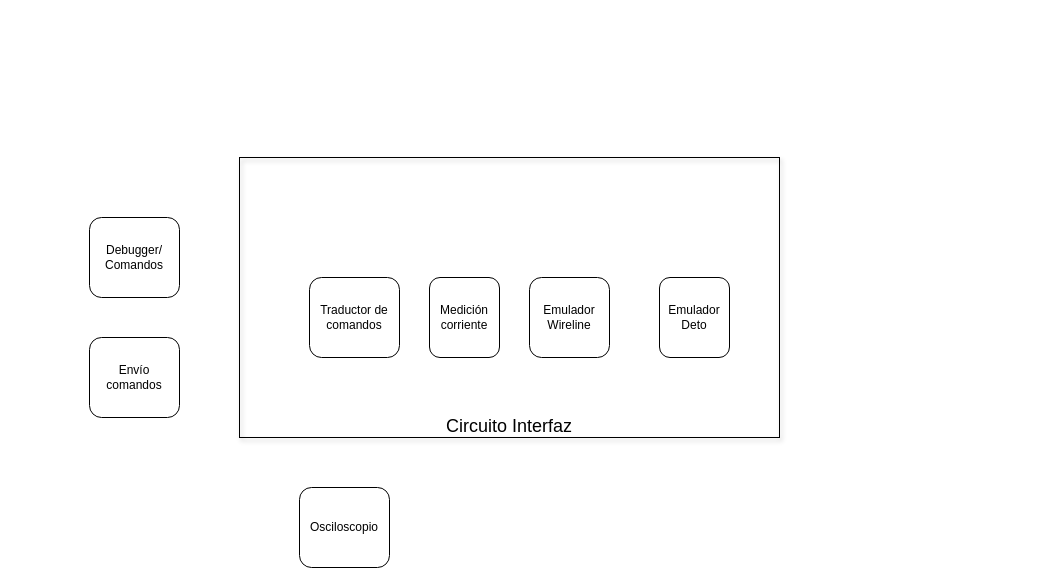
Above: page "Page-2" (2 of 2) of Drawio/Ensayo_5.drawio in gvdiaz/Diagramas_simil_Visio (draw.io), before the change. Source tidied: cells renumbered, new cells numbered last; positions are measured from the earlier drawing's top-left corner, leaving out a move shared by most shapes. Both pictures are drawn from the tidied source at 100%, with x=0, y=0 at pixel (89, 157).
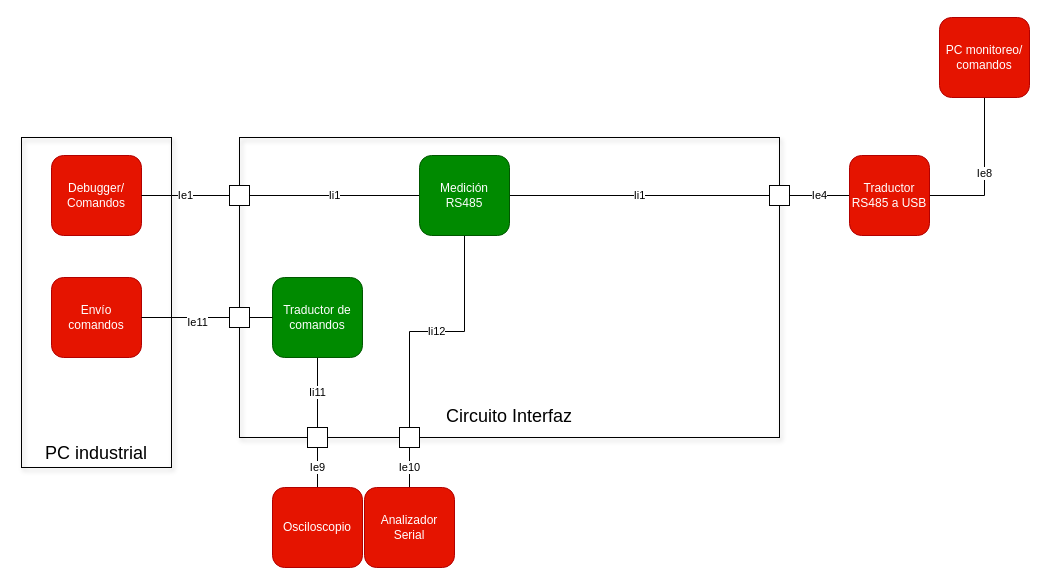
The same page after the edit.

Commit message:
Agregué nomenclatura a interfaces

The edit, as a diff of the source:
```diff
@@
+    <mxCell id="10" value="&lt;div&gt;&lt;br&gt;&lt;/div&gt;&lt;div&gt;&lt;br&gt;&lt;/div&gt;&lt;div&gt;&lt;br&gt;&lt;/div&gt;&lt;div&gt;&lt;br&gt;&lt;/div&gt;&lt;div&gt;&lt;br&gt;&lt;/div&gt;&lt;div&gt;&lt;br&gt;&lt;/div&gt;&lt;div&gt;&lt;br&gt;&lt;/div&gt;&lt;div&gt;&lt;br&gt;&lt;/div&gt;&lt;div&gt;&lt;br&gt;&lt;/div&gt;&lt;div&gt;&lt;br&gt;&lt;/div&gt;&lt;div&gt;&lt;br&gt;&lt;/div&gt;&lt;div&gt;&lt;br&gt;&lt;/div&gt;&lt;div&gt;&lt;br&gt;&lt;/div&gt;&lt;div&gt;&lt;br&gt;&lt;/div&gt;&lt;div&gt;PC industrial&lt;/div&gt;" style="whiteSpace=wrap;html=1;shadow=1;fontSize=18;fillColor=none;" parent="1" vertex="1">
+      <mxGeometry x="-68" y="-20" width="150" height="330" as="geometry" />
+    </mxCell>
     <mxCell id="2" value="&lt;div align=&quot;left&quot;&gt;&lt;br&gt;&lt;/div&gt;&lt;div align=&quot;left&quot;&gt;&lt;br&gt;&lt;/div&gt;&lt;div align=&quot;left&quot;&gt;&lt;br&gt;&lt;/div&gt;&lt;div align=&quot;left&quot;&gt;&lt;br&gt;&lt;/div&gt;&lt;div align=&quot;left&quot;&gt;&lt;br&gt;&lt;/div&gt;&lt;div align=&quot;left&quot;&gt;&lt;br&gt;&lt;/div&gt;&lt;div align=&quot;left&quot;&gt;&lt;br&gt;&lt;/div&gt;&lt;div align=&quot;left&quot;&gt;&lt;br&gt;&lt;/div&gt;&lt;div align=&quot;left&quot;&gt;&lt;br&gt;&lt;/div&gt;&lt;div align=&quot;left&quot;&gt;&lt;br&gt;&lt;/div&gt;&lt;div align=&quot;left&quot;&gt;&lt;br&gt;&lt;/div&gt;&lt;div align=&quot;left&quot;&gt;&lt;br&gt;&lt;/div&gt;&lt;div align=&quot;left&quot;&gt;Circuito Interfaz&lt;br&gt;&lt;/div&gt;" style="whiteSpace=wrap;html=1;shadow=1;fontSize=18;fillColor=none;" parent="1" vertex="1">
-      <mxGeometry x="150" width="540" height="280" as="geometry" />
+      <mxGeometry x="150" y="-20" width="540" height="300" as="geometry" />
     </mxCell>
+    <mxCell id="11" value="Ii11" style="edgeStyle=orthogonalEdgeStyle;rounded=0;jettySize=auto;html=1;exitX=0.5;exitY=1;exitDx=0;exitDy=0;entryX=0.5;entryY=0;entryDx=0;entryDy=0;endArrow=none;endFill=0;" parent="1" edge="1" source="3" target="16">
+      <mxGeometry relative="1" as="geometry" />
+    </mxCell>
-    <mxCell id="3" value="Traductor de comandos" style="rounded=1;whiteSpace=wrap;html=1;" parent="1" vertex="1">
-      <mxGeometry x="220" y="120" width="90" height="80" as="geometry" />
+    <mxCell id="3" value="Traductor de comandos" style="rounded=1;whiteSpace=wrap;html=1;fillColor=#008a00;strokeColor=#005700;fontColor=#ffffff;" parent="1" vertex="1">
+      <mxGeometry x="183" y="120" width="90" height="80" as="geometry" />
     </mxCell>
-    <mxCell id="4" value="&lt;div&gt;Medición&lt;/div&gt;&lt;div&gt;corriente&lt;/div&gt;" style="rounded=1;whiteSpace=wrap;html=1;" parent="1" vertex="1">
-      <mxGeometry x="340" y="120" width="70" height="80" as="geometry" />
-    </mxCell>
-    <mxCell id="5" value="&lt;div&gt;Emulador&lt;/div&gt;&lt;div&gt;Wireline&lt;/div&gt;" style="rounded=1;whiteSpace=wrap;html=1;" parent="1" vertex="1">
-      <mxGeometry x="440" y="120" width="80" height="80" as="geometry" />
-    </mxCell>
-    <mxCell id="6" value="&lt;div&gt;Emulador&lt;/div&gt;Deto" style="rounded=1;whiteSpace=wrap;html=1;" parent="1" vertex="1">
-      <mxGeometry x="570" y="120" width="70" height="80" as="geometry" />
-    </mxCell>
-    <mxCell id="7" value="&lt;div&gt;Debugger/&lt;/div&gt;&lt;div&gt;Comandos&lt;/div&gt;" style="rounded=1;whiteSpace=wrap;html=1;" parent="1" vertex="1">
-      <mxGeometry y="60" width="90" height="80" as="geometry" />
+    <mxCell id="7" value="&lt;div&gt;Debugger/&lt;/div&gt;&lt;div&gt;Comandos&lt;/div&gt;" style="rounded=1;whiteSpace=wrap;html=1;fillColor=#e51400;strokeColor=#B20000;fontColor=#ffffff;" parent="1" vertex="1">
+      <mxGeometry x="-38" y="-2" width="90" height="80" as="geometry" />
     </mxCell>
-    <mxCell id="8" value="Envío comandos" style="rounded=1;whiteSpace=wrap;html=1;" parent="1" vertex="1">
-      <mxGeometry y="180" width="90" height="80" as="geometry" />
+    <mxCell id="8" value="Envío comandos" style="rounded=1;whiteSpace=wrap;html=1;fillColor=#e51400;strokeColor=#B20000;fontColor=#ffffff;" parent="1" vertex="1">
+      <mxGeometry x="-38" y="120" width="90" height="80" as="geometry" />
     </mxCell>
+    <mxCell id="12" value="Ie9" style="edgeStyle=orthogonalEdgeStyle;rounded=0;jettySize=auto;html=1;exitX=0.5;exitY=0;exitDx=0;exitDy=0;entryX=0.5;entryY=1;entryDx=0;entryDy=0;endArrow=none;endFill=0;" parent="1" edge="1" source="9" target="16">
+      <mxGeometry relative="1" as="geometry">
+        <Array as="points">
+          <mxPoint x="228" y="310" />
+          <mxPoint x="228" y="310" />
+        </Array>
+      </mxGeometry>
+    </mxCell>
-    <mxCell id="9" value="Osciloscopio" style="rounded=1;whiteSpace=wrap;html=1;" parent="1" vertex="1">
-      <mxGeometry x="210" y="330" width="90" height="80" as="geometry" />
+    <mxCell id="9" value="Osciloscopio" style="rounded=1;whiteSpace=wrap;html=1;fillColor=#e51400;strokeColor=#B20000;fontColor=#ffffff;" parent="1" vertex="1">
+      <mxGeometry x="183" y="330" width="90" height="80" as="geometry" />
     </mxCell>
+    <mxCell id="13" style="rounded=0;whiteSpace=wrap;html=1;" parent="1" vertex="1">
+      <mxGeometry x="140" y="28" width="20" height="20" as="geometry" />
+    </mxCell>
+    <mxCell id="14" style="edgeStyle=orthogonalEdgeStyle;rounded=0;jettySize=auto;html=1;exitX=1;exitY=0.5;exitDx=0;exitDy=0;entryX=0;entryY=0.5;entryDx=0;entryDy=0;endArrow=none;endFill=0;" parent="1" edge="1" source="15" target="3">
+      <mxGeometry relative="1" as="geometry" />
+    </mxCell>
+    <mxCell id="15" style="rounded=0;whiteSpace=wrap;html=1;" parent="1" vertex="1">
+      <mxGeometry x="140" y="150" width="20" height="20" as="geometry" />
+    </mxCell>
+    <mxCell id="16" style="rounded=0;whiteSpace=wrap;html=1;" parent="1" vertex="1">
+      <mxGeometry x="218" y="270" width="20" height="20" as="geometry" />
+    </mxCell>
+    <mxCell id="17" value="Ie4" style="edgeStyle=orthogonalEdgeStyle;rounded=0;jettySize=auto;html=1;exitX=0;exitY=0.5;exitDx=0;exitDy=0;entryX=1;entryY=0.5;entryDx=0;entryDy=0;endArrow=none;endFill=0;" parent="1" edge="1" source="19" target="21">
+      <mxGeometry relative="1" as="geometry" />
+    </mxCell>
+    <mxCell id="18" value="Ie8" style="edgeStyle=orthogonalEdgeStyle;rounded=0;jettySize=auto;html=1;exitX=1;exitY=0.5;exitDx=0;exitDy=0;endArrow=none;endFill=0;" parent="1" edge="1" source="19" target="20">
+      <mxGeometry relative="1" as="geometry" />
+    </mxCell>
+    <mxCell id="19" value="Traductor RS485 a USB" style="rounded=1;whiteSpace=wrap;html=1;fillColor=#e51400;strokeColor=#B20000;fontColor=#ffffff;" parent="1" vertex="1">
+      <mxGeometry x="760" y="-2" width="80" height="80" as="geometry" />
+    </mxCell>
+    <mxCell id="20" value="&lt;div&gt;PC monitoreo/&lt;/div&gt;&lt;div&gt;comandos&lt;/div&gt;" style="rounded=1;whiteSpace=wrap;html=1;fillColor=#e51400;strokeColor=#B20000;fontColor=#ffffff;" parent="1" vertex="1">
+      <mxGeometry x="850" y="-140" width="90" height="80" as="geometry" />
+    </mxCell>
+    <mxCell id="21" style="rounded=0;whiteSpace=wrap;html=1;" parent="1" vertex="1">
+      <mxGeometry x="680" y="28" width="20" height="20" as="geometry" />
+    </mxCell>
+    <mxCell id="22" value="Ii1" style="edgeStyle=orthogonalEdgeStyle;rounded=0;jettySize=auto;html=1;exitX=1;exitY=0.5;exitDx=0;exitDy=0;entryX=0;entryY=0.5;entryDx=0;entryDy=0;endArrow=none;endFill=0;" parent="1" edge="1" source="25" target="21">
+      <mxGeometry relative="1" as="geometry" />
+    </mxCell>
+    <mxCell id="23" value="Ii1" style="edgeStyle=orthogonalEdgeStyle;rounded=0;jettySize=auto;html=1;exitX=0;exitY=0.5;exitDx=0;exitDy=0;entryX=1;entryY=0.5;entryDx=0;entryDy=0;endArrow=none;endFill=0;" parent="1" edge="1" source="25" target="13">
+      <mxGeometry relative="1" as="geometry" />
+    </mxCell>
+    <mxCell id="24" value="Ii12" style="edgeStyle=orthogonalEdgeStyle;rounded=0;jettySize=auto;html=1;exitX=0.5;exitY=1;exitDx=0;exitDy=0;entryX=0.5;entryY=0;entryDx=0;entryDy=0;endArrow=none;endFill=0;" parent="1" edge="1" source="25" target="30">
+      <mxGeometry relative="1" as="geometry" />
+    </mxCell>
+    <mxCell id="25" value="Medición RS485" style="rounded=1;whiteSpace=wrap;html=1;fillColor=#008a00;strokeColor=#005700;fontColor=#ffffff;" parent="1" vertex="1">
+      <mxGeometry x="330" y="-2" width="90" height="80" as="geometry" />
+    </mxCell>
+    <mxCell id="26" value="Ie1" style="edgeStyle=orthogonalEdgeStyle;rounded=0;jettySize=auto;html=1;exitX=1;exitY=0.5;exitDx=0;exitDy=0;entryX=0;entryY=0.5;entryDx=0;entryDy=0;endArrow=none;endFill=0;" parent="1" edge="1" source="7" target="13">
+      <mxGeometry relative="1" as="geometry" />
+    </mxCell>
+    <mxCell id="27" style="edgeStyle=orthogonalEdgeStyle;rounded=0;jettySize=auto;html=1;exitX=1;exitY=0.5;exitDx=0;exitDy=0;entryX=0;entryY=0.5;entryDx=0;entryDy=0;endArrow=none;endFill=0;" parent="1" edge="1" source="8" target="15">
+      <mxGeometry relative="1" as="geometry" />
+    </mxCell>
+    <mxCell id="28" value="Ie11" style="edgeLabel;html=1;align=center;verticalAlign=middle;" parent="27" vertex="1">
+      <mxGeometry x="0.25" y="-4" relative="1" as="geometry" />
+    </mxCell>
+    <mxCell id="29" value="Ie10" style="edgeStyle=orthogonalEdgeStyle;rounded=0;jettySize=auto;html=1;exitX=0.5;exitY=1;exitDx=0;exitDy=0;entryX=0.5;entryY=0;entryDx=0;entryDy=0;endArrow=none;endFill=0;" parent="1" edge="1" source="30" target="31">
+      <mxGeometry relative="1" as="geometry" />
+    </mxCell>
+    <mxCell id="30" style="rounded=0;whiteSpace=wrap;html=1;" parent="1" vertex="1">
+      <mxGeometry x="310" y="270" width="20" height="20" as="geometry" />
+    </mxCell>
+    <mxCell id="31" value="Analizador Serial" style="rounded=1;whiteSpace=wrap;html=1;fillColor=#e51400;strokeColor=#B20000;fontColor=#ffffff;" parent="1" vertex="1">
+      <mxGeometry x="275" y="330" width="90" height="80" as="geometry" />
+    </mxCell>
```
